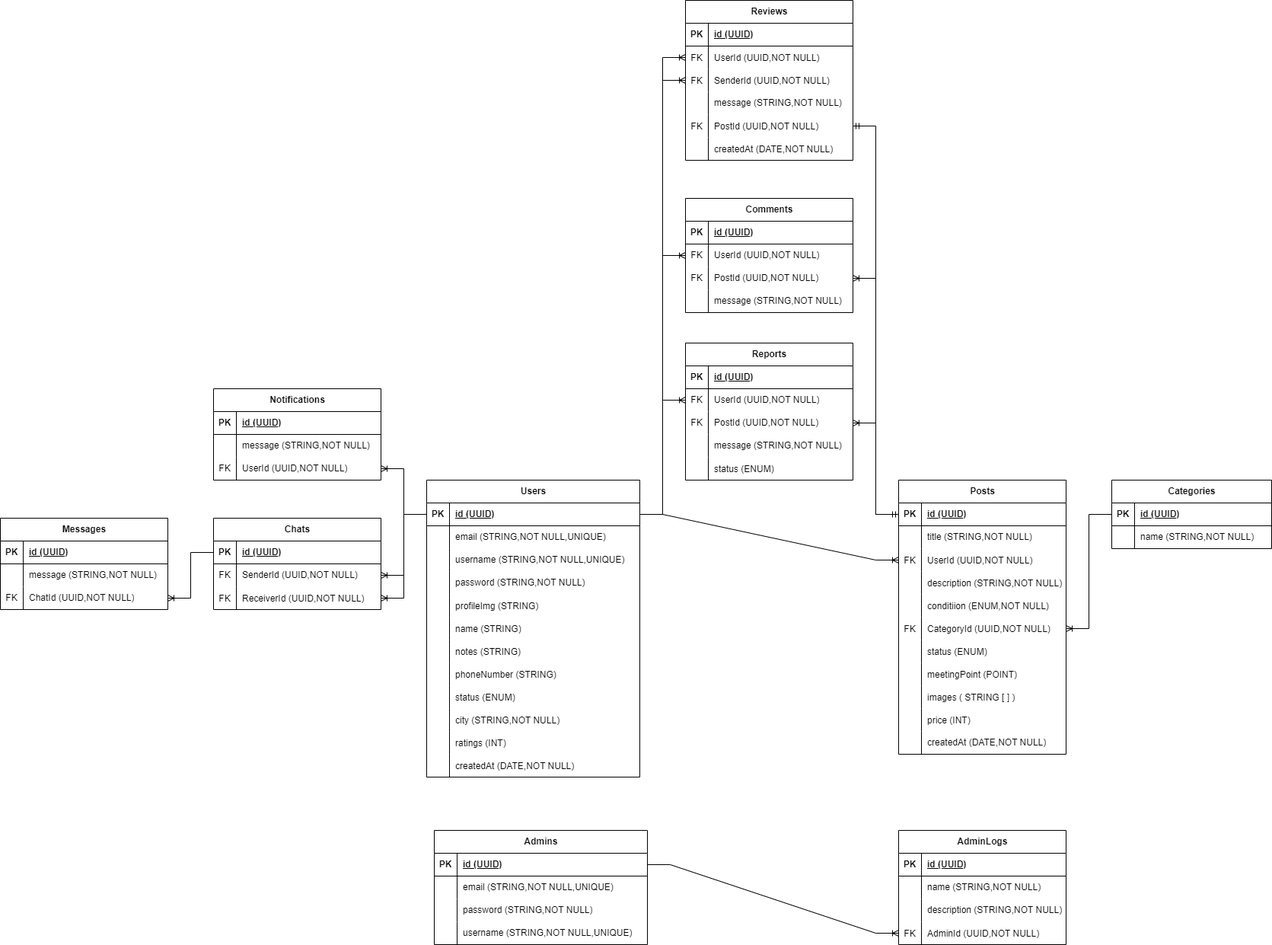
Above: schema_erd.png in TukarMainan/server (draw.io), before the change. Source tidied: cells renumbered, new cells last; positions are measured from the earlier drawing's top-left corner, leaving out a move shared by most shapes.
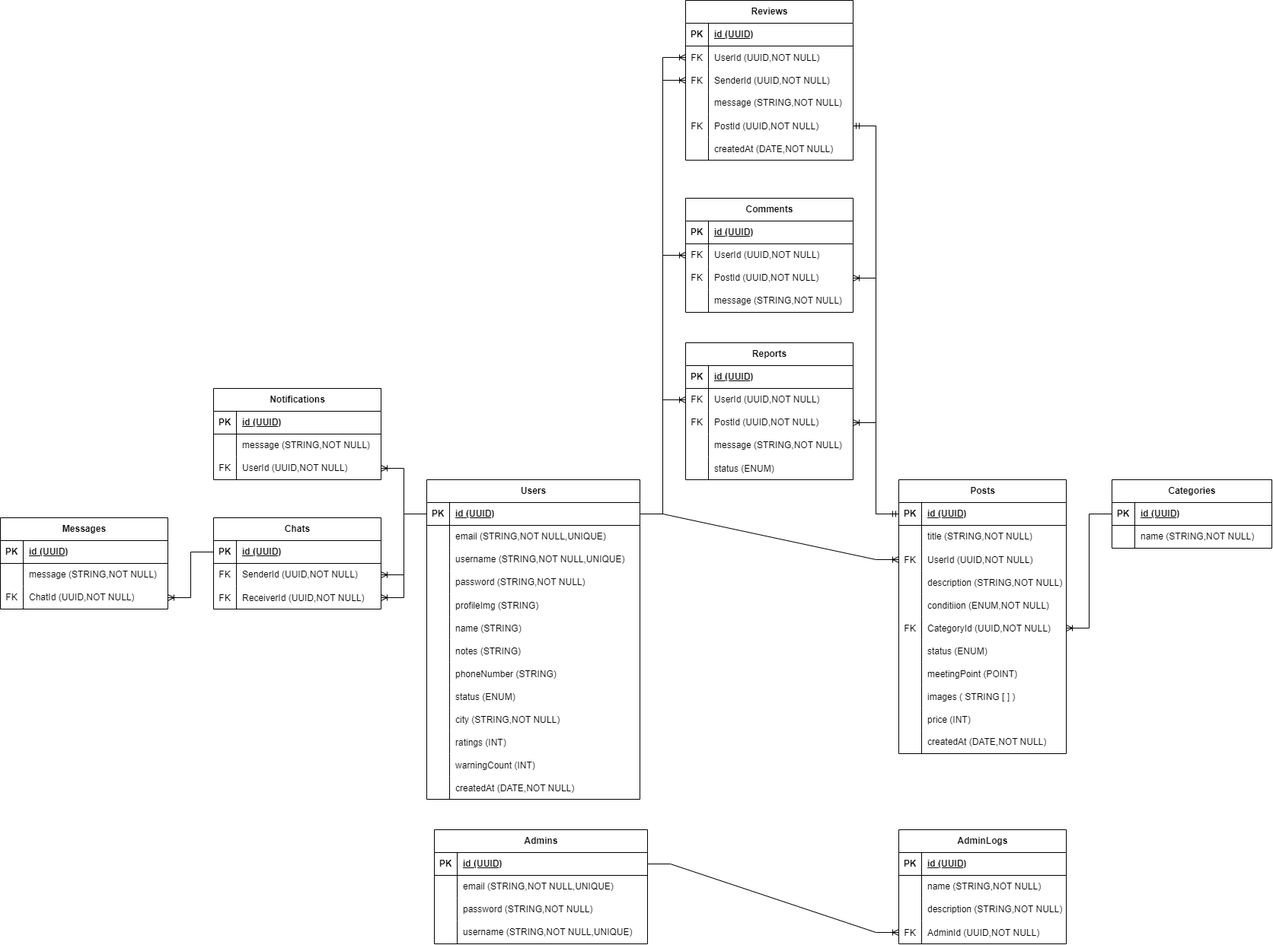
Later version of the same file.

Commit message:
refactor: update schema_erd add column warningCount on users

Change to the diagram source:
```diff
@@ -3,7 +3,7 @@
     <mxCell id="0" />
     <mxCell id="1" parent="0" />
     <mxCell id="2" value="Users" style="shape=table;startSize=30;rowLines=0;fontStyle=1;align=center;html=1;" parent="1" vertex="1">
-      <mxGeometry x="560" y="630" width="280" height="390" as="geometry" />
+      <mxGeometry x="560" y="630" width="280" height="420" as="geometry" />
     </mxCell>
     <mxCell id="3" style="shape=tableRow;horizontal=0;startSize=0;swimlaneHead=0;swimlaneBody=0;fillColor=none;points=[[0,0.5],[1,0.5]];portConstraint=eastwest;top=0;left=0;right=0;bottom=1;" parent="2" vertex="1">
       <mxGeometry y="30" width="280" height="30" as="geometry" />
@@ -104,8 +104,17 @@
     <mxCell id="35" value="ratings (INT)" style="shape=partialRectangle;fillColor=none;top=0;left=0;bottom=0;right=0;align=left;spacingLeft=6;overflow=hidden;" parent="33" vertex="1">
       <mxGeometry x="30" width="250" height="30" as="geometry" />
     </mxCell>
+    <mxCell id="198" style="shape=tableRow;horizontal=0;startSize=0;swimlaneHead=0;swimlaneBody=0;fillColor=none;top=0;left=0;right=0;bottom=0;" parent="2" vertex="1">
+      <mxGeometry y="360" width="280" height="30" as="geometry" />
+    </mxCell>
+    <mxCell id="199" style="shape=partialRectangle;fillColor=none;top=0;left=0;bottom=0;right=0;overflow=hidden;" parent="198" vertex="1">
+      <mxGeometry width="30" height="30" as="geometry" />
+    </mxCell>
+    <mxCell id="200" value="warningCount (INT)" style="shape=partialRectangle;fillColor=none;top=0;left=0;bottom=0;right=0;align=left;spacingLeft=6;overflow=hidden;" parent="198" vertex="1">
+      <mxGeometry x="30" width="250" height="30" as="geometry" />
+    </mxCell>
     <mxCell id="36" style="shape=tableRow;horizontal=0;startSize=0;swimlaneHead=0;swimlaneBody=0;fillColor=none;top=0;left=0;right=0;bottom=0;" parent="2" vertex="1">
-      <mxGeometry y="360" width="280" height="30" as="geometry" />
+      <mxGeometry y="390" width="280" height="30" as="geometry" />
     </mxCell>
     <mxCell id="37" style="shape=partialRectangle;fillColor=none;top=0;left=0;bottom=0;right=0;overflow=hidden;" parent="36" vertex="1">
       <mxGeometry width="30" height="30" as="geometry" />
```
